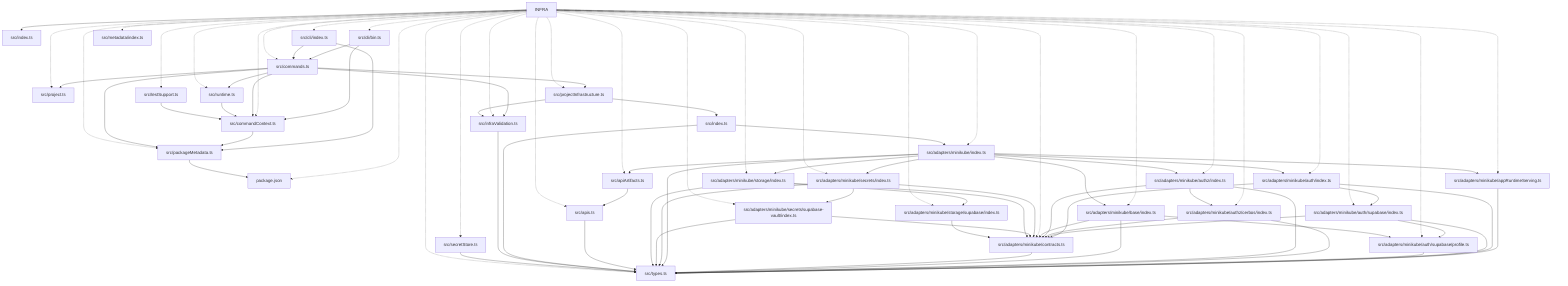
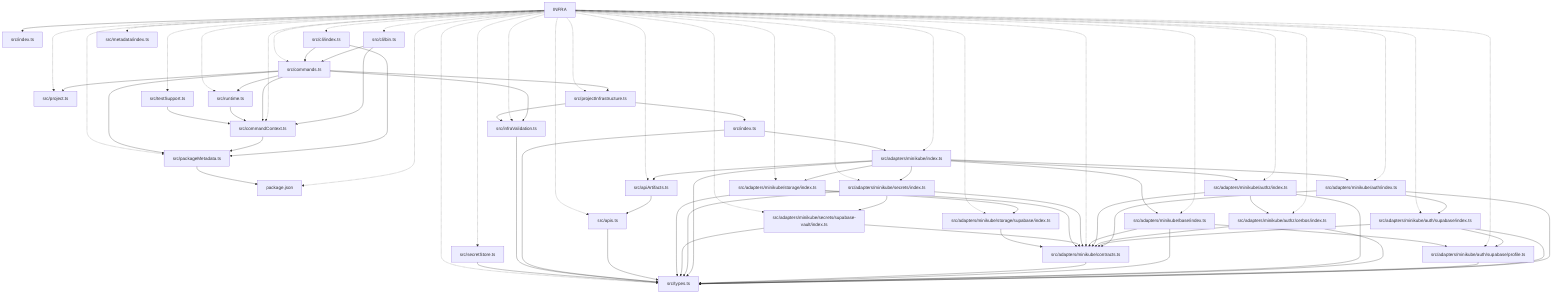
graph TD
  package__ankhorage_infra["INFRA"]
  entrypoint_src_index_ts["src/index.ts"]
  package__ankhorage_infra --> entrypoint_src_index_ts
  module_package_json["package.json"]
  package__ankhorage_infra -.-> module_package_json
-   module_src_adapters_minikube_appRuntimeServing_ts["src/adapters/minikube/appRuntimeServing.ts"]
-   package__ankhorage_infra -.-> module_src_adapters_minikube_appRuntimeServing_ts
-   module_src_adapters_minikube_appRuntimeServing_ts --> module_src_types_ts
  module_src_adapters_minikube_auth_index_ts["src/adapters/minikube/auth/index.ts"]
  package__ankhorage_infra -.-> module_src_adapters_minikube_auth_index_ts
  module_src_adapters_minikube_auth_index_ts --> module_src_adapters_minikube_auth_supabase_index_ts
  module_src_adapters_minikube_auth_index_ts --> module_src_adapters_minikube_contracts_ts
  module_src_adapters_minikube_auth_index_ts --> module_src_types_ts
  module_src_adapters_minikube_auth_supabase_index_ts["src/adapters/minikube/auth/supabase/index.ts"]
  package__ankhorage_infra -.-> module_src_adapters_minikube_auth_supabase_index_ts
  module_src_adapters_minikube_auth_supabase_index_ts --> module_src_adapters_minikube_auth_supabase_profile_ts
  module_src_adapters_minikube_auth_supabase_index_ts --> module_src_adapters_minikube_contracts_ts
  module_src_adapters_minikube_auth_supabase_index_ts --> module_src_types_ts
  module_src_adapters_minikube_auth_supabase_profile_ts["src/adapters/minikube/auth/supabase/profile.ts"]
  package__ankhorage_infra -.-> module_src_adapters_minikube_auth_supabase_profile_ts
  module_src_adapters_minikube_auth_supabase_profile_ts --> module_src_types_ts
  module_src_adapters_minikube_authz_cerbos_index_ts["src/adapters/minikube/authz/cerbos/index.ts"]
  package__ankhorage_infra -.-> module_src_adapters_minikube_authz_cerbos_index_ts
  module_src_adapters_minikube_authz_cerbos_index_ts --> module_src_adapters_minikube_contracts_ts
  module_src_adapters_minikube_authz_cerbos_index_ts --> module_src_types_ts
  module_src_adapters_minikube_authz_index_ts["src/adapters/minikube/authz/index.ts"]
  package__ankhorage_infra -.-> module_src_adapters_minikube_authz_index_ts
  module_src_adapters_minikube_authz_index_ts --> module_src_adapters_minikube_authz_cerbos_index_ts
  module_src_adapters_minikube_authz_index_ts --> module_src_adapters_minikube_contracts_ts
  module_src_adapters_minikube_authz_index_ts --> module_src_types_ts
  module_src_adapters_minikube_base_index_ts["src/adapters/minikube/base/index.ts"]
  package__ankhorage_infra -.-> module_src_adapters_minikube_base_index_ts
  module_src_adapters_minikube_base_index_ts --> module_src_adapters_minikube_auth_supabase_profile_ts
  module_src_adapters_minikube_base_index_ts --> module_src_adapters_minikube_contracts_ts
  module_src_adapters_minikube_base_index_ts --> module_src_types_ts
  module_src_adapters_minikube_contracts_ts["src/adapters/minikube/contracts.ts"]
  package__ankhorage_infra -.-> module_src_adapters_minikube_contracts_ts
  module_src_adapters_minikube_contracts_ts --> module_src_types_ts
  module_src_adapters_minikube_index_ts["src/adapters/minikube/index.ts"]
  package__ankhorage_infra -.-> module_src_adapters_minikube_index_ts
-   module_src_adapters_minikube_index_ts --> module_src_adapters_minikube_appRuntimeServing_ts
  module_src_adapters_minikube_index_ts --> module_src_adapters_minikube_auth_index_ts
  module_src_adapters_minikube_index_ts --> module_src_adapters_minikube_authz_index_ts
  module_src_adapters_minikube_index_ts --> module_src_adapters_minikube_base_index_ts
  module_src_adapters_minikube_index_ts --> module_src_adapters_minikube_secrets_index_ts
  module_src_adapters_minikube_index_ts --> module_src_adapters_minikube_storage_index_ts
  module_src_adapters_minikube_index_ts --> module_src_apiArtifacts_ts
  module_src_adapters_minikube_index_ts --> module_src_types_ts
  module_src_adapters_minikube_secrets_index_ts["src/adapters/minikube/secrets/index.ts"]
  package__ankhorage_infra -.-> module_src_adapters_minikube_secrets_index_ts
  module_src_adapters_minikube_secrets_index_ts --> module_src_adapters_minikube_contracts_ts
  module_src_adapters_minikube_secrets_index_ts --> module_src_adapters_minikube_secrets_supabase_vault_index_ts
  module_src_adapters_minikube_secrets_index_ts --> module_src_types_ts
  module_src_adapters_minikube_secrets_supabase_vault_index_ts["src/adapters/minikube/secrets/supabase-vault/index.ts"]
  package__ankhorage_infra -.-> module_src_adapters_minikube_secrets_supabase_vault_index_ts
  module_src_adapters_minikube_secrets_supabase_vault_index_ts --> module_src_adapters_minikube_contracts_ts
  module_src_adapters_minikube_secrets_supabase_vault_index_ts --> module_src_types_ts
  module_src_adapters_minikube_storage_index_ts["src/adapters/minikube/storage/index.ts"]
  package__ankhorage_infra -.-> module_src_adapters_minikube_storage_index_ts
  module_src_adapters_minikube_storage_index_ts --> module_src_adapters_minikube_contracts_ts
  module_src_adapters_minikube_storage_index_ts --> module_src_adapters_minikube_storage_supabase_index_ts
  module_src_adapters_minikube_storage_index_ts --> module_src_types_ts
  module_src_adapters_minikube_storage_supabase_index_ts["src/adapters/minikube/storage/supabase/index.ts"]
  package__ankhorage_infra -.-> module_src_adapters_minikube_storage_supabase_index_ts
  module_src_adapters_minikube_storage_supabase_index_ts --> module_src_adapters_minikube_contracts_ts
  module_src_apiArtifacts_ts["src/apiArtifacts.ts"]
  package__ankhorage_infra -.-> module_src_apiArtifacts_ts
  module_src_apiArtifacts_ts --> module_src_apis_ts
  module_src_apis_ts["src/apis.ts"]
  package__ankhorage_infra -.-> module_src_apis_ts
  module_src_apis_ts --> module_src_types_ts
  module_src_cli_bin_ts["src/cli/bin.ts"]
  package__ankhorage_infra -.-> module_src_cli_bin_ts
  module_src_cli_bin_ts --> module_src_commandContext_ts
  module_src_cli_bin_ts --> module_src_commands_ts
  module_src_cli_index_ts["src/cli/index.ts"]
  package__ankhorage_infra -.-> module_src_cli_index_ts
  module_src_cli_index_ts --> module_src_commands_ts
  module_src_cli_index_ts --> module_src_packageMetadata_ts
  module_src_commandContext_ts["src/commandContext.ts"]
  package__ankhorage_infra -.-> module_src_commandContext_ts
  module_src_commandContext_ts --> module_src_packageMetadata_ts
  module_src_commands_ts["src/commands.ts"]
  package__ankhorage_infra -.-> module_src_commands_ts
  module_src_commands_ts --> module_src_commandContext_ts
  module_src_commands_ts --> module_src_infraValidation_ts
  module_src_commands_ts --> module_src_packageMetadata_ts
  module_src_commands_ts --> module_src_project_ts
  module_src_commands_ts --> module_src_projectInfrastructure_ts
  module_src_commands_ts --> module_src_runtime_ts
  module_src_index_ts["src/index.ts"]
  module_src_index_ts --> module_src_adapters_minikube_index_ts
  module_src_index_ts --> module_src_types_ts
  module_src_infraValidation_ts["src/infraValidation.ts"]
  package__ankhorage_infra -.-> module_src_infraValidation_ts
  module_src_infraValidation_ts --> module_src_types_ts
  module_src_metadata_index_ts["src/metadata/index.ts"]
  package__ankhorage_infra -.-> module_src_metadata_index_ts
  module_src_packageMetadata_ts["src/packageMetadata.ts"]
  package__ankhorage_infra -.-> module_src_packageMetadata_ts
  module_src_packageMetadata_ts --> module_package_json
  module_src_project_ts["src/project.ts"]
  package__ankhorage_infra -.-> module_src_project_ts
  module_src_projectInfrastructure_ts["src/projectInfrastructure.ts"]
  package__ankhorage_infra -.-> module_src_projectInfrastructure_ts
  module_src_projectInfrastructure_ts --> module_src_index_ts
  module_src_projectInfrastructure_ts --> module_src_infraValidation_ts
  module_src_runtime_ts["src/runtime.ts"]
  package__ankhorage_infra -.-> module_src_runtime_ts
  module_src_runtime_ts --> module_src_commandContext_ts
  module_src_secretStore_ts["src/secretStore.ts"]
  package__ankhorage_infra -.-> module_src_secretStore_ts
  module_src_secretStore_ts --> module_src_types_ts
  module_src_testSupport_ts["src/testSupport.ts"]
  package__ankhorage_infra -.-> module_src_testSupport_ts
  module_src_testSupport_ts --> module_src_commandContext_ts
  module_src_types_ts["src/types.ts"]
  package__ankhorage_infra -.-> module_src_types_ts
